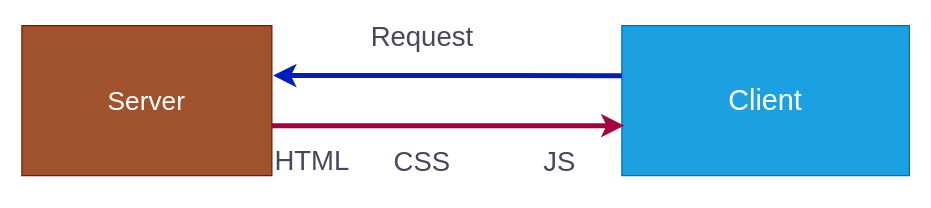
Gospodar91/goit-js keeps this draw.io diagram as Untitled Diagram.drawio. Above is the earlier version. Source tidied: cells renumbered, new cells numbered last; positions are measured from the earlier drawing's top-left corner, leaving out a move shared by most shapes. Both pictures are drawn from the tidied source at 125%, with x=0, y=0 at pixel (21, 25).
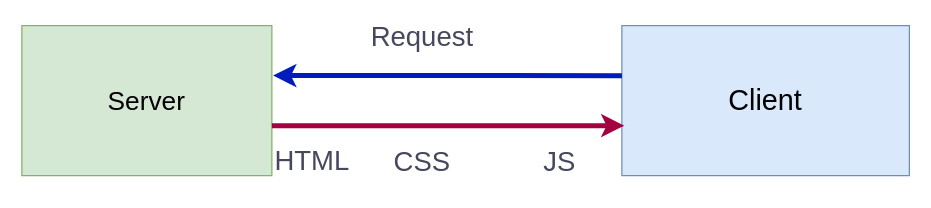
Above is the later version.

What changed in the source:
```diff
@@
 <mxGraphModel>
   <root>
     <mxCell id="0" />
     <mxCell id="1" parent="0" />
-    <mxCell id="2" value="&lt;font style=&quot;font-size: 21px&quot;&gt;Server&lt;/font&gt;" style="rounded=0;whiteSpace=wrap;html=1;sketch=0;fillColor=#a0522d;strokeColor=#6D1F00;fontColor=#ffffff;" parent="1" vertex="1">
+    <mxCell id="2" value="&lt;font style=&quot;font-size: 21px&quot;&gt;Server&lt;/font&gt;" style="rounded=0;whiteSpace=wrap;html=1;sketch=0;fillColor=#d5e8d4;strokeColor=#82b366;" parent="1" vertex="1">
       <mxGeometry width="200" height="120" as="geometry" />
     </mxCell>
-    <mxCell id="3" value="&lt;font style=&quot;font-size: 23px&quot;&gt;Client&lt;/font&gt;" style="rounded=0;whiteSpace=wrap;html=1;sketch=0;strokeColor=#006EAF;fillColor=#1ba1e2;fontColor=#ffffff;" parent="1" vertex="1">
+    <mxCell id="3" value="&lt;font style=&quot;font-size: 23px&quot;&gt;Client&lt;/font&gt;" style="rounded=0;whiteSpace=wrap;html=1;sketch=0;strokeColor=#6c8ebf;fillColor=#dae8fc;" parent="1" vertex="1">
       <mxGeometry x="480" width="230" height="120" as="geometry" />
     </mxCell>
     <mxCell id="4" style="edgeStyle=orthogonalEdgeStyle;curved=0;rounded=1;sketch=0;orthogonalLoop=1;jettySize=auto;html=1;exitX=0.5;exitY=1;exitDx=0;exitDy=0;strokeColor=#788AA3;fillColor=#B2C9AB;fontColor=#46495D;" parent="1" edge="1" source="2" target="2">
       <mxGeometry relative="1" as="geometry" />
     </mxCell>
     <mxCell id="5" style="endArrow=classic;html=1;strokeColor=#A50040;fillColor=#d80073;fontColor=#46495D;strokeWidth=4;" parent="1" edge="1">
       <mxGeometry relative="1" as="geometry">
         <mxPoint x="200" y="80" as="sourcePoint" />
         <mxPoint x="482" y="80" as="targetPoint" />
         <Array as="points">
           <mxPoint x="480" y="80" />
         </Array>
       </mxGeometry>
     </mxCell>
     <mxCell id="6" value="HTML" style="edgeLabel;html=1;align=center;verticalAlign=middle;fontColor=#46495D;fontSize=22;" parent="5" vertex="1">
       <mxGeometry x="0.92" y="-2" relative="1" as="geometry">
         <mxPoint x="-240" y="26.1" as="offset" />
       </mxGeometry>
     </mxCell>
     <mxCell id="7" style="endArrow=classic;html=1;strokeColor=#001DBC;strokeWidth=4;fillColor=#0050ef;fontColor=#46495D;entryX=1.005;entryY=0.333;entryDx=0;entryDy=0;entryPerimeter=0;" parent="1" edge="1" target="2">
       <mxGeometry relative="1" as="geometry">
         <mxPoint x="480" y="40" as="sourcePoint" />
       </mxGeometry>
     </mxCell>
     <mxCell id="8" value="&lt;font style=&quot;font-size: 22px&quot;&gt;Request&lt;/font&gt;" style="text;html=1;align=center;verticalAlign=middle;fontColor=#46495D;" parent="1" vertex="1">
       <mxGeometry x="270" width="100" height="20" as="geometry" />
     </mxCell>
     <mxCell id="9" value="CSS" style="text;html=1;align=center;verticalAlign=middle;fontSize=22;fontColor=#46495D;" parent="1" vertex="1">
       <mxGeometry x="290" y="95" width="60" height="30" as="geometry" />
     </mxCell>
     <mxCell id="10" value="JS" style="text;html=1;align=center;verticalAlign=middle;fontSize=22;fontColor=#46495D;" parent="1" vertex="1">
       <mxGeometry x="410" y="95" width="40" height="30" as="geometry" />
     </mxCell>
   </root>
 </mxGraphModel>
```
